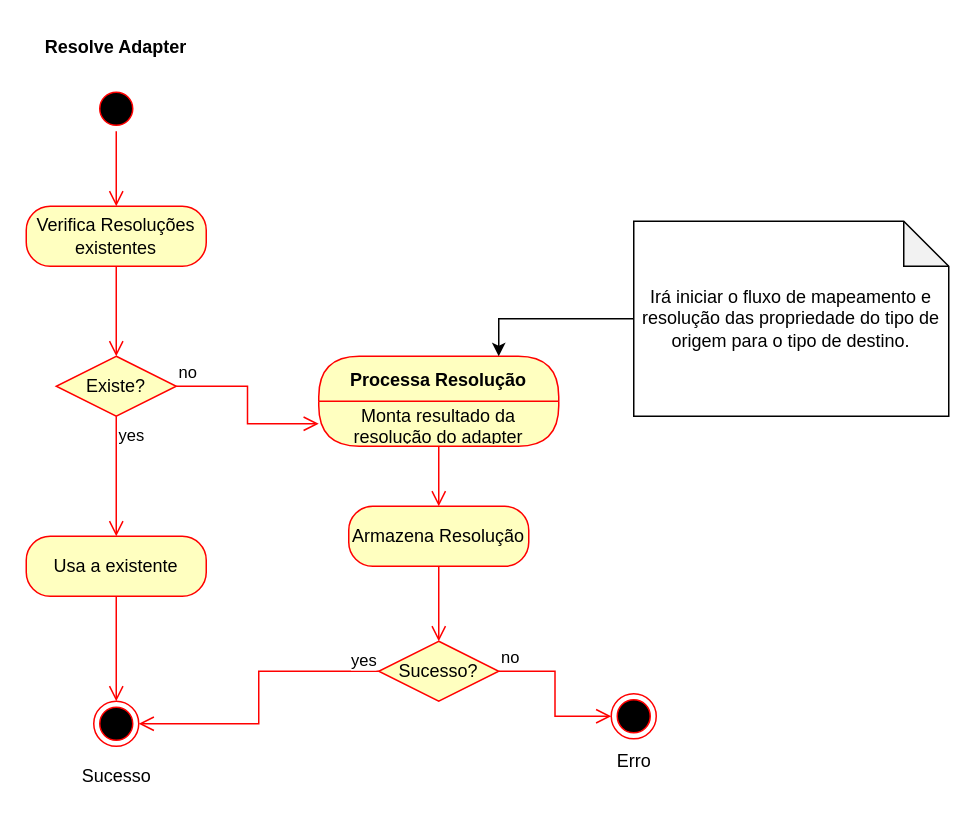
Above: page "Resolve Adapter" (1 of 4) of Diagrams/adapter-flow.drawio in Royal-Code/SmartMapper (draw.io), before the change. Source tidied: cells renumbered, new cells numbered last; positions are measured from the earlier drawing's top-left corner, leaving out a move shared by most shapes. Both pictures are drawn from the tidied source at 150%, with x=0, y=0 at pixel (26, 26).
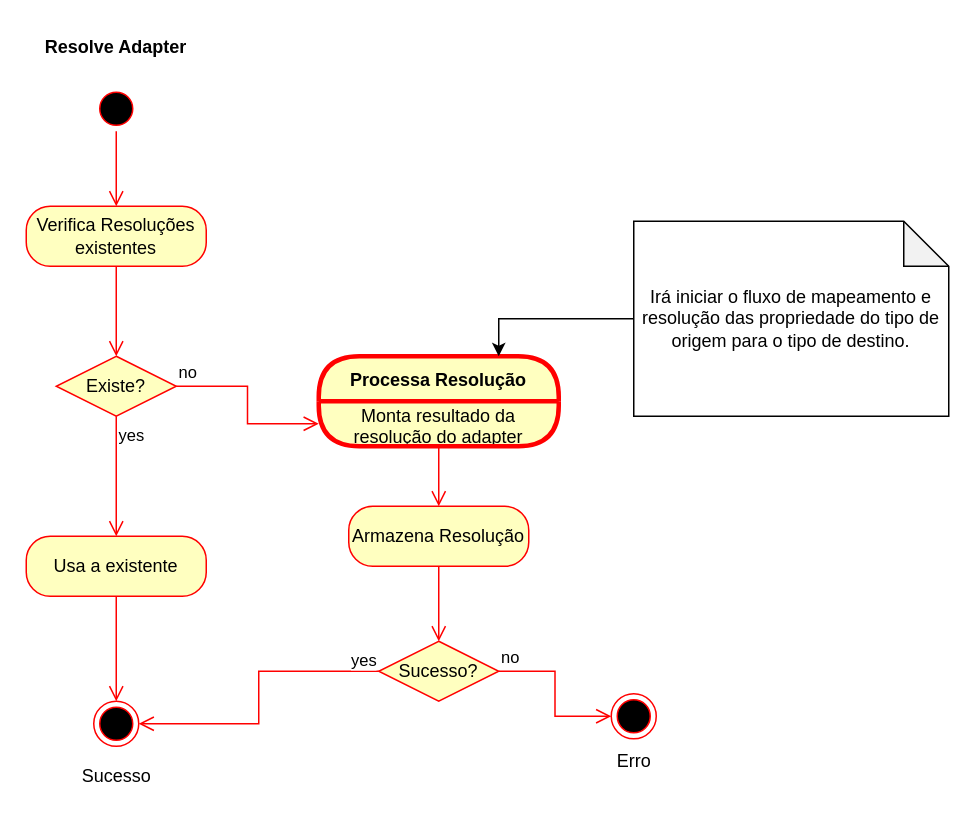
Above is the later version.

The edit, as a diff of the source:
```diff
@@
-    <mxCell id="12" value="Processa Resolução" style="swimlane;fontStyle=1;align=center;verticalAlign=middle;horizontal=1;startSize=30;fontColor=#000000;rounded=1;arcSize=30;strokeColor=#ff0000;fillColor=#ffffc0;swimlaneFillColor=#ffffc0;" parent="1" vertex="1">
+    <mxCell id="12" value="Processa Resolução" style="swimlane;fontStyle=1;align=center;verticalAlign=middle;horizontal=1;startSize=30;fontColor=#000000;rounded=1;arcSize=30;strokeColor=#ff0000;fillColor=#ffffc0;swimlaneFillColor=#ffffc0;strokeWidth=3;" parent="1" vertex="1">
       <mxGeometry x="195" y="220" width="160" height="60" as="geometry" />
     </mxCell>
```
